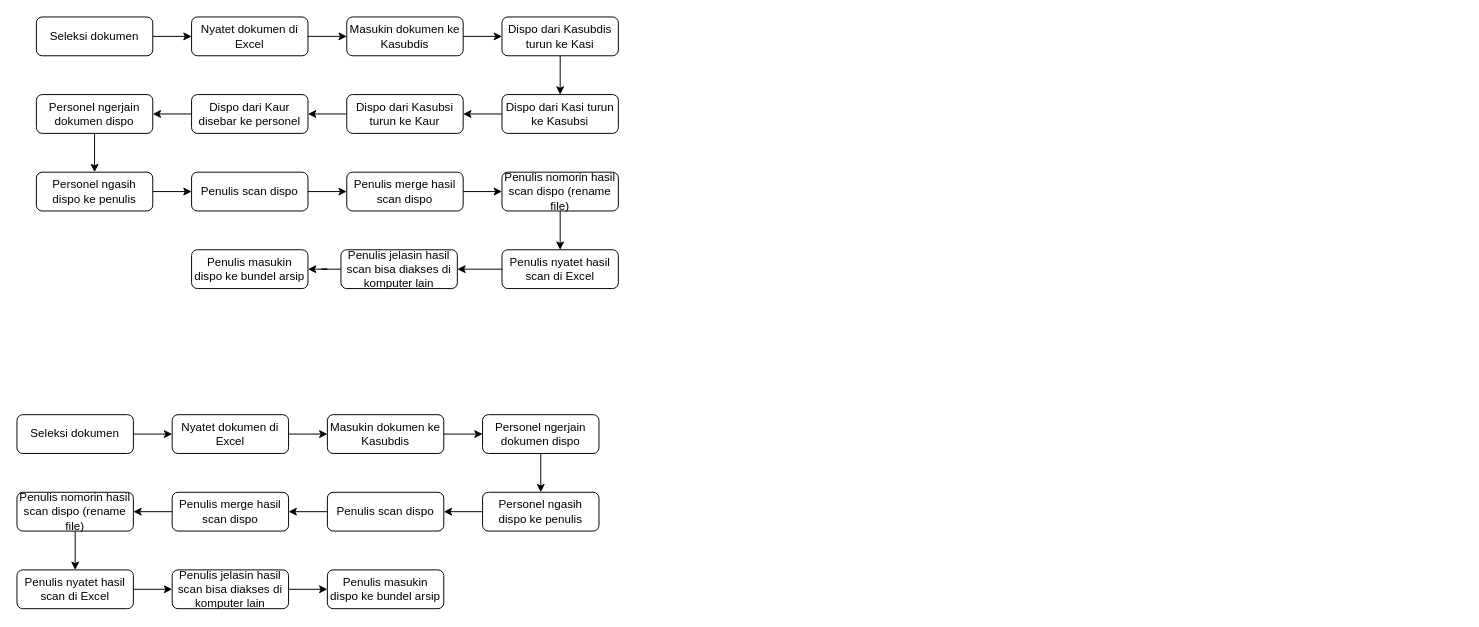
gonn88/aktu keeps this draw.io diagram as aktualisasi/alur dispo final.drawio. Above is the earlier version. Source tidied: cells renumbered, new cells numbered last; positions are measured from the earlier drawing's top-left corner, leaving out a move shared by most shapes. Both pictures are drawn from the tidied source at 97%, with x=0, y=0 at pixel (16, 16).
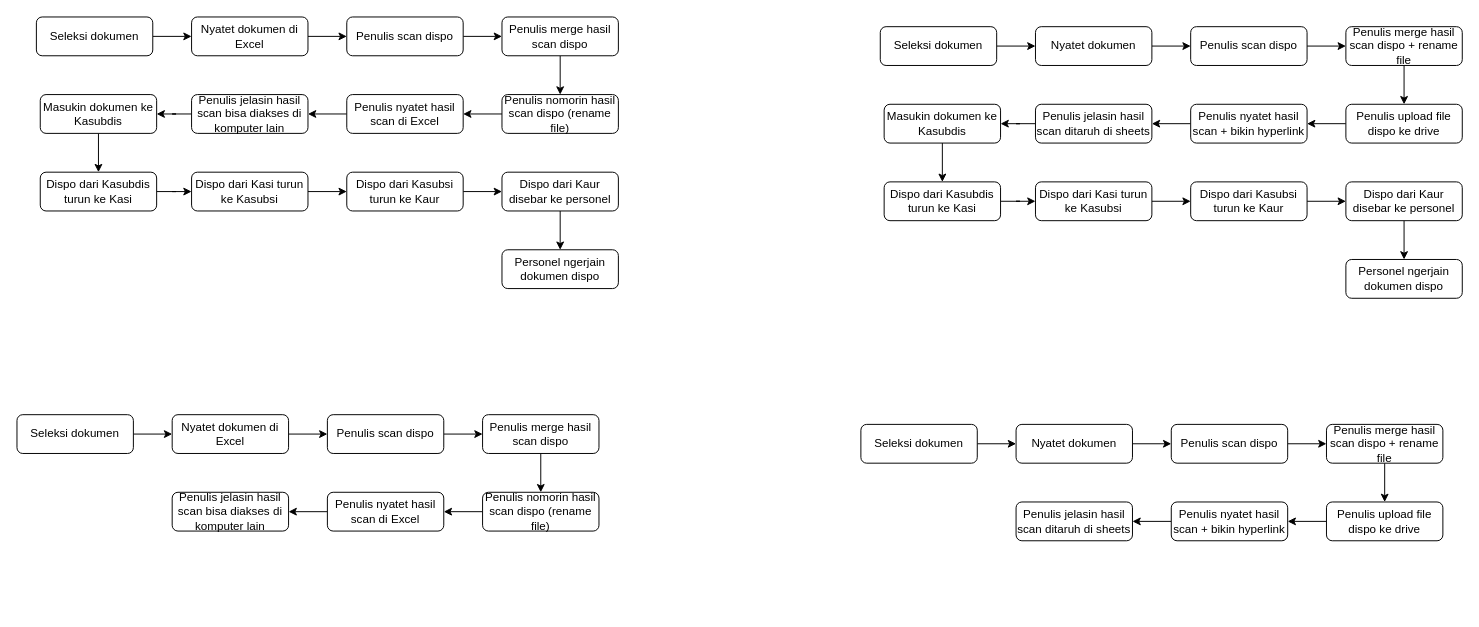
The same diagram, later.

Commit message:
finish final alur dispo

Unchanged cells that the change refers to:
```xml
<mxCell id="5" value="Nyatet dokumen&amp;nbsp;di Excel" style="rounded=1;whiteSpace=wrap;html=1;fontSize=12;glass=0;strokeWidth=1;shadow=0;" parent="1" vertex="1">
  <mxGeometry x="180" width="120" height="40" as="geometry" />
</mxCell>
```

Diff of the diagram source:
```diff
@@
-    <mxCell id="4" style="edgeStyle=orthogonalEdgeStyle;rounded=0;jettySize=auto;html=1;" parent="1" edge="1" source="5" target="7">
-      <mxGeometry relative="1" as="geometry" />
-    </mxCell>
+    <mxCell id="52" style="edgeStyle=orthogonalEdgeStyle;rounded=0;jettySize=auto;html=1;" parent="1" edge="1" source="5" target="21">
+      <mxGeometry relative="1" as="geometry" />
+    </mxCell>
@@
     <mxCell id="7" value="Masukin dokumen&amp;nbsp;ke Kasubdis" style="rounded=1;whiteSpace=wrap;html=1;fontSize=12;glass=0;strokeWidth=1;shadow=0;" parent="1" vertex="1">
-      <mxGeometry x="340" width="120" height="40" as="geometry" />
+      <mxGeometry x="24" y="80" width="120" height="40" as="geometry" />
     </mxCell>
@@
     <mxCell id="9" value="Dispo dari Kasi turun ke Kasubsi" style="rounded=1;whiteSpace=wrap;html=1;fontSize=12;glass=0;strokeWidth=1;shadow=0;" parent="1" vertex="1">
-      <mxGeometry x="500" y="80" width="120" height="40" as="geometry" />
+      <mxGeometry x="180" y="160" width="120" height="40" as="geometry" />
     </mxCell>
@@
     <mxCell id="11" value="Dispo dari Kasubdis turun ke Kasi" style="rounded=1;whiteSpace=wrap;html=1;fontSize=12;glass=0;strokeWidth=1;shadow=0;" parent="1" vertex="1">
-      <mxGeometry x="500" width="120" height="40" as="geometry" />
+      <mxGeometry x="24" y="160" width="120" height="40" as="geometry" />
     </mxCell>
@@
     <mxCell id="13" value="Dispo dari Kasubsi turun ke Kaur" style="rounded=1;whiteSpace=wrap;html=1;fontSize=12;glass=0;strokeWidth=1;shadow=0;" parent="1" vertex="1">
-      <mxGeometry x="340" y="80" width="120" height="40" as="geometry" />
+      <mxGeometry x="340" y="160" width="120" height="40" as="geometry" />
     </mxCell>
@@
     <mxCell id="15" value="Dispo dari Kaur disebar ke personel" style="rounded=1;whiteSpace=wrap;html=1;fontSize=12;glass=0;strokeWidth=1;shadow=0;" parent="1" vertex="1">
-      <mxGeometry x="180" y="80" width="120" height="40" as="geometry" />
+      <mxGeometry x="500" y="160" width="120" height="40" as="geometry" />
     </mxCell>
-    <mxCell id="16" style="edgeStyle=orthogonalEdgeStyle;rounded=0;jettySize=auto;html=1;" parent="1" edge="1" source="17" target="19">
-      <mxGeometry relative="1" as="geometry" />
-    </mxCell>
     <mxCell id="17" value="Personel ngerjain dokumen&amp;nbsp;dispo" style="rounded=1;whiteSpace=wrap;html=1;fontSize=12;glass=0;strokeWidth=1;shadow=0;" parent="1" vertex="1">
-      <mxGeometry x="20" y="80" width="120" height="40" as="geometry" />
+      <mxGeometry x="500" y="240" width="120" height="40" as="geometry" />
     </mxCell>
-    <mxCell id="18" style="edgeStyle=orthogonalEdgeStyle;rounded=0;jettySize=auto;html=1;" parent="1" edge="1" source="19" target="21">
-      <mxGeometry relative="1" as="geometry" />
-    </mxCell>
-    <mxCell id="19" value="Personel ngasih dispo ke penulis" style="rounded=1;whiteSpace=wrap;html=1;fontSize=12;glass=0;strokeWidth=1;shadow=0;" parent="1" vertex="1">
-      <mxGeometry x="20" y="160" width="120" height="40" as="geometry" />
-    </mxCell>
@@
     <mxCell id="21" value="Penulis scan dispo" style="rounded=1;whiteSpace=wrap;html=1;fontSize=12;glass=0;strokeWidth=1;shadow=0;" parent="1" vertex="1">
-      <mxGeometry x="180" y="160" width="120" height="40" as="geometry" />
+      <mxGeometry x="340" width="120" height="40" as="geometry" />
     </mxCell>
@@
     <mxCell id="23" value="Penulis merge hasil scan dispo" style="rounded=1;whiteSpace=wrap;html=1;fontSize=12;glass=0;strokeWidth=1;shadow=0;" parent="1" vertex="1">
-      <mxGeometry x="340" y="160" width="120" height="40" as="geometry" />
+      <mxGeometry x="500" width="120" height="40" as="geometry" />
     </mxCell>
@@
     <mxCell id="25" value="Penulis nomorin hasil scan dispo (rename file)" style="rounded=1;whiteSpace=wrap;html=1;fontSize=12;glass=0;strokeWidth=1;shadow=0;" parent="1" vertex="1">
-      <mxGeometry x="500" y="160" width="120" height="40" as="geometry" />
+      <mxGeometry x="500" y="80" width="120" height="40" as="geometry" />
     </mxCell>
@@
     <mxCell id="27" value="Penulis nyatet hasil scan di Excel" style="rounded=1;whiteSpace=wrap;html=1;fontSize=12;glass=0;strokeWidth=1;shadow=0;" parent="1" vertex="1">
-      <mxGeometry x="500" y="240" width="120" height="40" as="geometry" />
+      <mxGeometry x="340" y="80" width="120" height="40" as="geometry" />
     </mxCell>
-    <mxCell id="28" style="edgeStyle=orthogonalEdgeStyle;rounded=0;jettySize=auto;html=1;" parent="1" edge="1" source="29" target="30">
-      <mxGeometry relative="1" as="geometry" />
-    </mxCell>
+    <mxCell id="53" style="edgeStyle=orthogonalEdgeStyle;rounded=0;jettySize=auto;html=1;" parent="1" edge="1" source="29" target="7">
+      <mxGeometry relative="1" as="geometry" />
+    </mxCell>
     <mxCell id="29" value="Penulis jelasin hasil scan bisa diakses di komputer lain" style="rounded=1;whiteSpace=wrap;html=1;fontSize=12;glass=0;strokeWidth=1;shadow=0;" parent="1" vertex="1">
-      <mxGeometry x="334" y="240" width="120" height="40" as="geometry" />
+      <mxGeometry x="180" y="80" width="120" height="40" as="geometry" />
     </mxCell>
-    <mxCell id="30" value="Penulis masukin dispo ke bundel arsip" style="rounded=1;whiteSpace=wrap;html=1;fontSize=12;glass=0;strokeWidth=1;shadow=0;" parent="1" vertex="1">
-      <mxGeometry x="180" y="240" width="120" height="40" as="geometry" />
-    </mxCell>
@@
-    <mxCell id="36" value="Masukin dokumen&amp;nbsp;ke Kasubdis" style="rounded=1;whiteSpace=wrap;html=1;fontSize=12;glass=0;strokeWidth=1;shadow=0;" parent="1" vertex="1">
+    <mxCell id="36" value="&lt;span&gt;Penulis scan dispo&lt;/span&gt;" style="rounded=1;whiteSpace=wrap;html=1;fontSize=12;glass=0;strokeWidth=1;shadow=0;" parent="1" vertex="1">
       <mxGeometry x="320" y="410" width="120" height="40" as="geometry" />
     </mxCell>
@@
-    <mxCell id="38" value="Personel ngasih dispo ke penulis" style="rounded=1;whiteSpace=wrap;html=1;fontSize=12;glass=0;strokeWidth=1;shadow=0;" parent="1" vertex="1">
+    <mxCell id="38" value="&lt;span&gt;Penulis nomorin hasil scan dispo (rename file)&lt;/span&gt;" style="rounded=1;whiteSpace=wrap;html=1;fontSize=12;glass=0;strokeWidth=1;shadow=0;" parent="1" vertex="1">
       <mxGeometry x="480" y="490" width="120" height="40" as="geometry" />
     </mxCell>
@@
-    <mxCell id="40" value="Personel ngerjain dokumen&amp;nbsp;dispo" style="rounded=1;whiteSpace=wrap;html=1;fontSize=12;glass=0;strokeWidth=1;shadow=0;" parent="1" vertex="1">
+    <mxCell id="40" value="&lt;span&gt;Penulis merge hasil scan dispo&lt;/span&gt;" style="rounded=1;whiteSpace=wrap;html=1;fontSize=12;glass=0;strokeWidth=1;shadow=0;" parent="1" vertex="1">
       <mxGeometry x="480" y="410" width="120" height="40" as="geometry" />
     </mxCell>
@@
-    <mxCell id="42" value="Penulis scan dispo" style="rounded=1;whiteSpace=wrap;html=1;fontSize=12;glass=0;strokeWidth=1;shadow=0;" parent="1" vertex="1">
+    <mxCell id="42" value="&lt;span&gt;Penulis nyatet hasil scan di Excel&lt;/span&gt;" style="rounded=1;whiteSpace=wrap;html=1;fontSize=12;glass=0;strokeWidth=1;shadow=0;" parent="1" vertex="1">
       <mxGeometry x="320" y="490" width="120" height="40" as="geometry" />
     </mxCell>
-    <mxCell id="43" style="edgeStyle=orthogonalEdgeStyle;rounded=0;jettySize=auto;html=1;" parent="1" edge="1" source="44" target="46">
-      <mxGeometry relative="1" as="geometry" />
-    </mxCell>
-    <mxCell id="44" value="&lt;span&gt;Penulis merge hasil scan dispo&lt;/span&gt;" style="rounded=1;whiteSpace=wrap;html=1;fontSize=12;glass=0;strokeWidth=1;shadow=0;" parent="1" vertex="1">
+    <mxCell id="44" value="&lt;span&gt;Penulis jelasin hasil scan bisa diakses di komputer lain&lt;/span&gt;" style="rounded=1;whiteSpace=wrap;html=1;fontSize=12;glass=0;strokeWidth=1;shadow=0;" parent="1" vertex="1">
       <mxGeometry x="160" y="490" width="120" height="40" as="geometry" />
     </mxCell>
-    <mxCell id="45" style="edgeStyle=orthogonalEdgeStyle;rounded=0;jettySize=auto;html=1;" parent="1" edge="1" source="46" target="51">
-      <mxGeometry relative="1" as="geometry" />
-    </mxCell>
-    <mxCell id="46" value="&lt;span&gt;Penulis nomorin hasil scan dispo (rename file)&lt;/span&gt;" style="rounded=1;whiteSpace=wrap;html=1;fontSize=12;glass=0;strokeWidth=1;shadow=0;" parent="1" vertex="1">
-      <mxGeometry y="490" width="120" height="40" as="geometry" />
-    </mxCell>
-    <mxCell id="47" style="edgeStyle=orthogonalEdgeStyle;rounded=0;jettySize=auto;html=1;" parent="1" edge="1" source="48" target="49">
-      <mxGeometry relative="1" as="geometry" />
-    </mxCell>
-    <mxCell id="48" value="&lt;span&gt;Penulis jelasin hasil scan bisa diakses di komputer lain&lt;/span&gt;" style="rounded=1;whiteSpace=wrap;html=1;fontSize=12;glass=0;strokeWidth=1;shadow=0;" parent="1" vertex="1">
-      <mxGeometry x="160" y="570" width="120" height="40" as="geometry" />
-    </mxCell>
-    <mxCell id="49" value="&lt;span&gt;Penulis masukin dispo ke bundel arsip&lt;/span&gt;" style="rounded=1;whiteSpace=wrap;html=1;fontSize=12;glass=0;strokeWidth=1;shadow=0;" parent="1" vertex="1">
-      <mxGeometry x="320" y="570" width="120" height="40" as="geometry" />
-    </mxCell>
-    <mxCell id="50" style="edgeStyle=orthogonalEdgeStyle;rounded=0;jettySize=auto;html=1;" parent="1" edge="1" source="51" target="48">
-      <mxGeometry relative="1" as="geometry" />
-    </mxCell>
-    <mxCell id="51" value="&lt;span&gt;Penulis nyatet hasil scan di Excel&lt;/span&gt;" style="rounded=1;whiteSpace=wrap;html=1;fontSize=12;glass=0;strokeWidth=1;shadow=0;" parent="1" vertex="1">
-      <mxGeometry y="570" width="120" height="40" as="geometry" />
-    </mxCell>
+    <mxCell id="54" style="edgeStyle=orthogonalEdgeStyle;rounded=0;jettySize=auto;html=1;" parent="1" edge="1" source="55" target="57">
+      <mxGeometry relative="1" as="geometry" />
+    </mxCell>
+    <mxCell id="55" value="Seleksi dokumen" style="rounded=1;whiteSpace=wrap;html=1;fontSize=12;glass=0;strokeWidth=1;shadow=0;" parent="1" vertex="1">
+      <mxGeometry x="890" y="10" width="120" height="40" as="geometry" />
+    </mxCell>
+    <mxCell id="56" style="edgeStyle=orthogonalEdgeStyle;rounded=0;jettySize=auto;html=1;" parent="1" edge="1" source="57" target="70">
+      <mxGeometry relative="1" as="geometry" />
+    </mxCell>
+    <mxCell id="57" value="Nyatet dokumen" style="rounded=1;whiteSpace=wrap;html=1;fontSize=12;glass=0;strokeWidth=1;shadow=0;" parent="1" vertex="1">
+      <mxGeometry x="1050" y="10" width="120" height="40" as="geometry" />
+    </mxCell>
+    <mxCell id="58" style="edgeStyle=orthogonalEdgeStyle;rounded=0;jettySize=auto;html=1;" parent="1" edge="1" source="59" target="63">
+      <mxGeometry relative="1" as="geometry" />
+    </mxCell>
+    <mxCell id="59" value="&lt;span&gt;Masukin dokumen&amp;nbsp;ke Kasubdis&lt;/span&gt;" style="rounded=1;whiteSpace=wrap;html=1;fontSize=12;glass=0;strokeWidth=1;shadow=0;" parent="1" vertex="1">
+      <mxGeometry x="894" y="90" width="120" height="40" as="geometry" />
+    </mxCell>
+    <mxCell id="60" style="edgeStyle=orthogonalEdgeStyle;rounded=0;jettySize=auto;html=1;" parent="1" edge="1" source="61" target="65">
+      <mxGeometry relative="1" as="geometry" />
+    </mxCell>
+    <mxCell id="61" value="&lt;span&gt;Dispo dari Kasi turun ke Kasubsi&lt;/span&gt;" style="rounded=1;whiteSpace=wrap;html=1;fontSize=12;glass=0;strokeWidth=1;shadow=0;" parent="1" vertex="1">
+      <mxGeometry x="1050" y="170" width="120" height="40" as="geometry" />
+    </mxCell>
+    <mxCell id="62" style="edgeStyle=orthogonalEdgeStyle;rounded=0;jettySize=auto;html=1;" parent="1" edge="1" source="63" target="61">
+      <mxGeometry relative="1" as="geometry" />
+    </mxCell>
+    <mxCell id="63" value="&lt;span&gt;Dispo dari Kasubdis turun ke Kasi&lt;/span&gt;" style="rounded=1;whiteSpace=wrap;html=1;fontSize=12;glass=0;strokeWidth=1;shadow=0;" parent="1" vertex="1">
+      <mxGeometry x="894" y="170" width="120" height="40" as="geometry" />
+    </mxCell>
+    <mxCell id="64" style="edgeStyle=orthogonalEdgeStyle;rounded=0;jettySize=auto;html=1;" parent="1" edge="1" source="65" target="67">
+      <mxGeometry relative="1" as="geometry" />
+    </mxCell>
+    <mxCell id="65" value="&lt;span&gt;Dispo dari Kasubsi turun ke Kaur&lt;/span&gt;" style="rounded=1;whiteSpace=wrap;html=1;fontSize=12;glass=0;strokeWidth=1;shadow=0;" parent="1" vertex="1">
+      <mxGeometry x="1210" y="170" width="120" height="40" as="geometry" />
+    </mxCell>
+    <mxCell id="66" style="edgeStyle=orthogonalEdgeStyle;rounded=0;jettySize=auto;html=1;" parent="1" edge="1" source="67" target="68">
+      <mxGeometry relative="1" as="geometry" />
+    </mxCell>
+    <mxCell id="67" value="&lt;span&gt;Dispo dari Kaur disebar ke personel&lt;/span&gt;" style="rounded=1;whiteSpace=wrap;html=1;fontSize=12;glass=0;strokeWidth=1;shadow=0;" parent="1" vertex="1">
+      <mxGeometry x="1370" y="170" width="120" height="40" as="geometry" />
+    </mxCell>
+    <mxCell id="68" value="&lt;span&gt;Personel ngerjain dokumen&amp;nbsp;dispo&lt;/span&gt;" style="rounded=1;whiteSpace=wrap;html=1;fontSize=12;glass=0;strokeWidth=1;shadow=0;" parent="1" vertex="1">
+      <mxGeometry x="1370" y="250" width="120" height="40" as="geometry" />
+    </mxCell>
+    <mxCell id="69" style="edgeStyle=orthogonalEdgeStyle;rounded=0;jettySize=auto;html=1;" parent="1" edge="1" source="70" target="72">
+      <mxGeometry relative="1" as="geometry" />
+    </mxCell>
+    <mxCell id="70" value="Penulis scan dispo" style="rounded=1;whiteSpace=wrap;html=1;fontSize=12;glass=0;strokeWidth=1;shadow=0;" parent="1" vertex="1">
+      <mxGeometry x="1210" y="10" width="120" height="40" as="geometry" />
+    </mxCell>
+    <mxCell id="71" style="edgeStyle=orthogonalEdgeStyle;rounded=0;jettySize=auto;html=1;" parent="1" edge="1" source="72" target="74">
+      <mxGeometry relative="1" as="geometry" />
+    </mxCell>
+    <mxCell id="72" value="Penulis merge hasil scan dispo + rename file" style="rounded=1;whiteSpace=wrap;html=1;fontSize=12;glass=0;strokeWidth=1;shadow=0;" parent="1" vertex="1">
+      <mxGeometry x="1370" y="10" width="120" height="40" as="geometry" />
+    </mxCell>
+    <mxCell id="73" style="edgeStyle=orthogonalEdgeStyle;rounded=0;jettySize=auto;html=1;" parent="1" edge="1" source="74" target="76">
+      <mxGeometry relative="1" as="geometry" />
+    </mxCell>
+    <mxCell id="74" value="Penulis upload file dispo ke drive" style="rounded=1;whiteSpace=wrap;html=1;fontSize=12;glass=0;strokeWidth=1;shadow=0;" parent="1" vertex="1">
+      <mxGeometry x="1370" y="90" width="120" height="40" as="geometry" />
+    </mxCell>
+    <mxCell id="75" style="edgeStyle=orthogonalEdgeStyle;rounded=0;jettySize=auto;html=1;" parent="1" edge="1" source="76" target="78">
+      <mxGeometry relative="1" as="geometry" />
+    </mxCell>
+    <mxCell id="76" value="Penulis nyatet hasil scan + bikin hyperlink" style="rounded=1;whiteSpace=wrap;html=1;fontSize=12;glass=0;strokeWidth=1;shadow=0;" parent="1" vertex="1">
+      <mxGeometry x="1210" y="90" width="120" height="40" as="geometry" />
+    </mxCell>
+    <mxCell id="77" style="edgeStyle=orthogonalEdgeStyle;rounded=0;jettySize=auto;html=1;" parent="1" edge="1" source="78" target="59">
+      <mxGeometry relative="1" as="geometry" />
+    </mxCell>
+    <mxCell id="78" value="Penulis jelasin hasil scan ditaruh di sheets" style="rounded=1;whiteSpace=wrap;html=1;fontSize=12;glass=0;strokeWidth=1;shadow=0;" parent="1" vertex="1">
+      <mxGeometry x="1050" y="90" width="120" height="40" as="geometry" />
+    </mxCell>
+    <mxCell id="79" style="edgeStyle=orthogonalEdgeStyle;rounded=0;jettySize=auto;html=1;" parent="1" edge="1" source="80" target="82">
+      <mxGeometry relative="1" as="geometry" />
+    </mxCell>
+    <mxCell id="80" value="Seleksi dokumen" style="rounded=1;whiteSpace=wrap;html=1;fontSize=12;glass=0;strokeWidth=1;shadow=0;" parent="1" vertex="1">
+      <mxGeometry x="870" y="420" width="120" height="40" as="geometry" />
+    </mxCell>
+    <mxCell id="81" style="edgeStyle=orthogonalEdgeStyle;rounded=0;jettySize=auto;html=1;" parent="1" edge="1" source="82" target="84">
+      <mxGeometry relative="1" as="geometry" />
+    </mxCell>
+    <mxCell id="82" value="Nyatet dokumen" style="rounded=1;whiteSpace=wrap;html=1;fontSize=12;glass=0;strokeWidth=1;shadow=0;" parent="1" vertex="1">
+      <mxGeometry x="1030" y="420" width="120" height="40" as="geometry" />
+    </mxCell>
+    <mxCell id="83" style="edgeStyle=orthogonalEdgeStyle;rounded=0;jettySize=auto;html=1;" parent="1" edge="1" source="84" target="88">
+      <mxGeometry relative="1" as="geometry" />
+    </mxCell>
+    <mxCell id="84" value="&lt;span&gt;Penulis scan dispo&lt;/span&gt;" style="rounded=1;whiteSpace=wrap;html=1;fontSize=12;glass=0;strokeWidth=1;shadow=0;" parent="1" vertex="1">
+      <mxGeometry x="1190" y="420" width="120" height="40" as="geometry" />
+    </mxCell>
+    <mxCell id="85" style="edgeStyle=orthogonalEdgeStyle;rounded=0;jettySize=auto;html=1;" parent="1" edge="1" source="86" target="90">
+      <mxGeometry relative="1" as="geometry" />
+    </mxCell>
+    <mxCell id="86" value="Penulis upload file dispo ke drive" style="rounded=1;whiteSpace=wrap;html=1;fontSize=12;glass=0;strokeWidth=1;shadow=0;" parent="1" vertex="1">
+      <mxGeometry x="1350" y="500" width="120" height="40" as="geometry" />
+    </mxCell>
+    <mxCell id="87" style="edgeStyle=orthogonalEdgeStyle;rounded=0;jettySize=auto;html=1;" parent="1" edge="1" source="88" target="86">
+      <mxGeometry relative="1" as="geometry" />
+    </mxCell>
+    <mxCell id="88" value="Penulis merge hasil scan dispo + rename file" style="rounded=1;whiteSpace=wrap;html=1;fontSize=12;glass=0;strokeWidth=1;shadow=0;" parent="1" vertex="1">
+      <mxGeometry x="1350" y="420" width="120" height="40" as="geometry" />
+    </mxCell>
+    <mxCell id="89" style="edgeStyle=orthogonalEdgeStyle;rounded=0;jettySize=auto;html=1;" parent="1" edge="1" source="90" target="91">
+      <mxGeometry relative="1" as="geometry" />
+    </mxCell>
+    <mxCell id="90" value="Penulis nyatet hasil scan + bikin hyperlink&lt;span&gt;&lt;br&gt;&lt;/span&gt;" style="rounded=1;whiteSpace=wrap;html=1;fontSize=12;glass=0;strokeWidth=1;shadow=0;" parent="1" vertex="1">
+      <mxGeometry x="1190" y="500" width="120" height="40" as="geometry" />
+    </mxCell>
+    <mxCell id="91" value="Penulis jelasin hasil scan ditaruh di sheets" style="rounded=1;whiteSpace=wrap;html=1;fontSize=12;glass=0;strokeWidth=1;shadow=0;" parent="1" vertex="1">
+      <mxGeometry x="1030" y="500" width="120" height="40" as="geometry" />
+    </mxCell>
```
